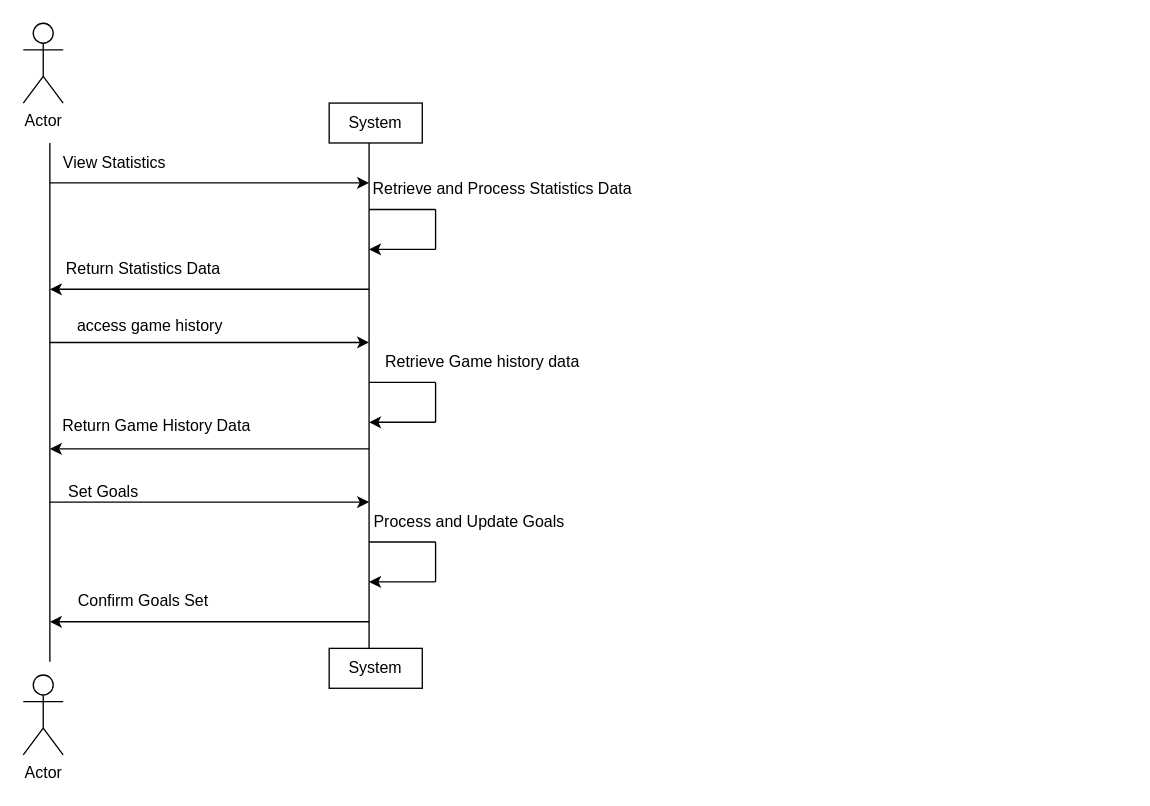
nav3112/SoftwareProject keeps this draw.io diagram as Diagrams/Sequence diagram 6.drawio.xml. Above is the earlier version. Source tidied: cells renumbered, new cells numbered last; positions are measured from the earlier drawing's top-left corner, leaving out a move shared by most shapes. Both pictures are drawn from the tidied source at 133%, with x=0, y=0 at pixel (23, 23).
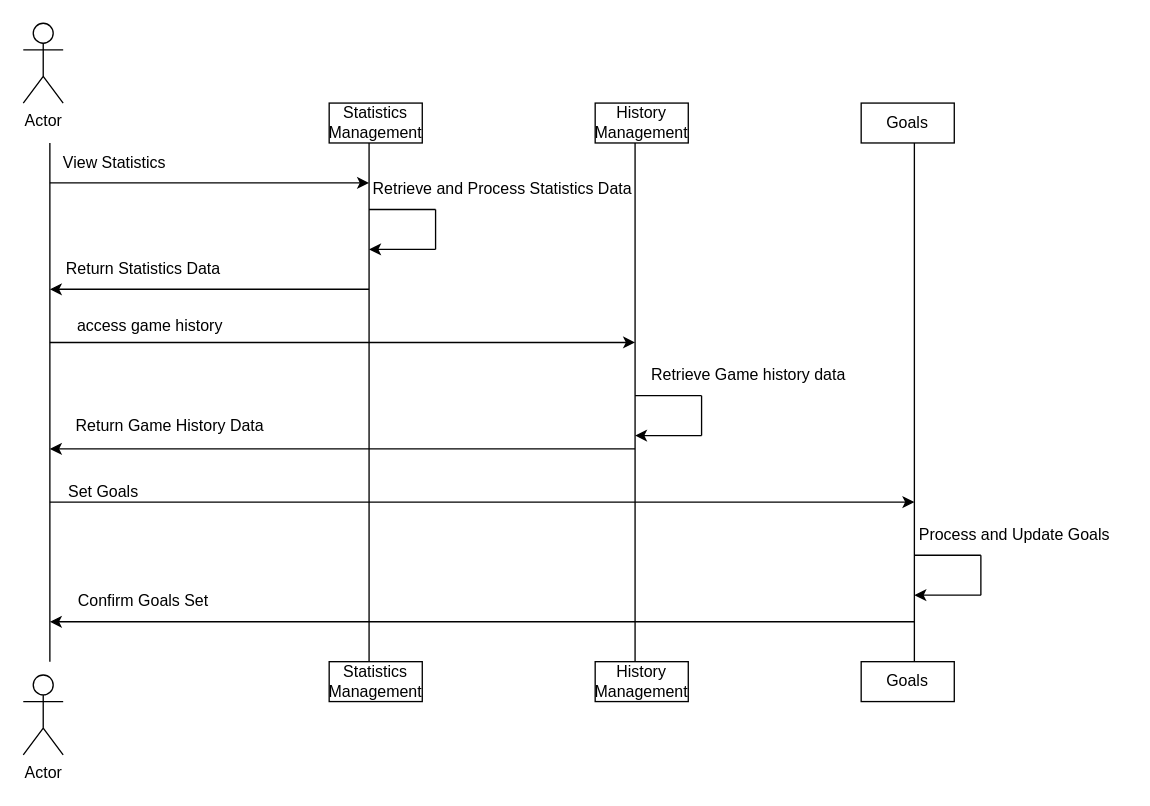
After the change.

Change to the diagram source:
```diff
@@
-    <mxCell id="6" value="System" style="rounded=0;whiteSpace=wrap;html=1;" parent="1" vertex="1">
+    <mxCell id="6" value="Statistics Management" style="rounded=0;whiteSpace=wrap;html=1;" parent="1" vertex="1">
       <mxGeometry x="230" y="60" width="70" height="30" as="geometry" />
     </mxCell>
-    <mxCell id="7" value="System" style="rounded=0;whiteSpace=wrap;html=1;" parent="1" vertex="1">
-      <mxGeometry x="230" y="470" width="70" height="30" as="geometry" />
-    </mxCell>
@@
     <mxCell id="9" style="endArrow=classic;html=1;rounded=0;" parent="1" edge="1">
       <mxGeometry relative="1" as="geometry">
         <mxPoint x="20" y="360" as="sourcePoint" />
-        <mxPoint x="260" y="360" as="targetPoint" />
+        <mxPoint x="670" y="360" as="targetPoint" />
       </mxGeometry>
     </mxCell>
     <mxCell id="10" style="endArrow=classic;html=1;rounded=0;" parent="1" edge="1">
       <mxGeometry relative="1" as="geometry">
         <mxPoint x="20" y="240" as="sourcePoint" />
-        <mxPoint x="260" y="240" as="targetPoint" />
+        <mxPoint x="460" y="240" as="targetPoint" />
       </mxGeometry>
     </mxCell>
@@
     <mxCell id="12" style="endArrow=classic;html=1;rounded=0;" parent="1" edge="1">
       <mxGeometry relative="1" as="geometry">
-        <mxPoint x="260" y="320" as="sourcePoint" />
+        <mxPoint x="460" y="320" as="sourcePoint" />
         <mxPoint x="20" y="320" as="targetPoint" />
       </mxGeometry>
     </mxCell>
     <mxCell id="13" style="endArrow=classic;html=1;rounded=0;" parent="1" edge="1">
       <mxGeometry relative="1" as="geometry">
-        <mxPoint x="260" y="450" as="sourcePoint" />
+        <mxPoint x="670" y="450" as="sourcePoint" />
         <mxPoint x="20" y="450" as="targetPoint" />
       </mxGeometry>
     </mxCell>
@@
     <mxCell id="17" style="endArrow=none;html=1;rounded=0;" parent="1" edge="1">
       <mxGeometry relative="1" as="geometry">
-        <mxPoint x="260" y="270" as="sourcePoint" />
-        <mxPoint x="310" y="270" as="targetPoint" />
+        <mxPoint x="460" y="280" as="sourcePoint" />
+        <mxPoint x="510" y="280" as="targetPoint" />
       </mxGeometry>
     </mxCell>
     <mxCell id="18" style="endArrow=none;html=1;rounded=0;" parent="1" edge="1">
       <mxGeometry relative="1" as="geometry">
-        <mxPoint x="310" y="270" as="sourcePoint" />
-        <mxPoint x="310" y="300" as="targetPoint" />
+        <mxPoint x="510" y="280" as="sourcePoint" />
+        <mxPoint x="510" y="310" as="targetPoint" />
       </mxGeometry>
     </mxCell>
     <mxCell id="19" style="endArrow=classic;html=1;rounded=0;" parent="1" edge="1">
       <mxGeometry relative="1" as="geometry">
-        <mxPoint x="310" y="300" as="sourcePoint" />
-        <mxPoint x="260" y="300" as="targetPoint" />
+        <mxPoint x="510" y="310" as="sourcePoint" />
+        <mxPoint x="460" y="310" as="targetPoint" />
       </mxGeometry>
     </mxCell>
     <mxCell id="20" style="endArrow=none;html=1;rounded=0;" parent="1" edge="1">
       <mxGeometry relative="1" as="geometry">
-        <mxPoint x="260" y="390" as="sourcePoint" />
-        <mxPoint x="310" y="390" as="targetPoint" />
+        <mxPoint x="670" y="400" as="sourcePoint" />
+        <mxPoint x="720" y="400" as="targetPoint" />
       </mxGeometry>
     </mxCell>
     <mxCell id="21" style="endArrow=none;html=1;rounded=0;" parent="1" edge="1">
       <mxGeometry relative="1" as="geometry">
-        <mxPoint x="310" y="390" as="sourcePoint" />
-        <mxPoint x="310" y="420" as="targetPoint" />
+        <mxPoint x="720" y="400" as="sourcePoint" />
+        <mxPoint x="720" y="430" as="targetPoint" />
       </mxGeometry>
     </mxCell>
     <mxCell id="22" style="endArrow=classic;html=1;rounded=0;" parent="1" edge="1">
       <mxGeometry relative="1" as="geometry">
-        <mxPoint x="310" y="420" as="sourcePoint" />
-        <mxPoint x="260" y="420" as="targetPoint" />
+        <mxPoint x="720" y="430" as="sourcePoint" />
+        <mxPoint x="670" y="430" as="targetPoint" />
       </mxGeometry>
     </mxCell>
@@
     <mxCell id="26" value="Return Game History Data" style="text;html=1;align=center;verticalAlign=middle;strokeColor=none;fillColor=none;" parent="1" vertex="1">
-      <mxGeometry x="20" y="288" width="160" height="30" as="geometry" />
+      <mxGeometry x="30" y="288" width="160" height="30" as="geometry" />
     </mxCell>
@@
     <mxCell id="30" value="Retrieve Game history data" style="text;html=1;align=center;verticalAlign=middle;strokeColor=none;fillColor=none;" parent="1" vertex="1">
-      <mxGeometry x="260" y="240" width="170" height="30" as="geometry" />
+      <mxGeometry x="460" y="250" width="170" height="30" as="geometry" />
     </mxCell>
     <mxCell id="31" value="Process and Update Goals" style="text;html=1;align=center;verticalAlign=middle;strokeColor=none;fillColor=none;" parent="1" vertex="1">
-      <mxGeometry x="250" y="360" width="170" height="30" as="geometry" />
+      <mxGeometry x="660" y="370" width="170" height="30" as="geometry" />
     </mxCell>
+    <mxCell id="32" style="endArrow=none;html=1;rounded=0;" parent="1" edge="1">
+      <mxGeometry relative="1" as="geometry">
+        <mxPoint x="670" y="90" as="sourcePoint" />
+        <mxPoint x="670" y="480" as="targetPoint" />
+      </mxGeometry>
+    </mxCell>
+    <mxCell id="33" style="endArrow=none;html=1;rounded=0;" parent="1" edge="1">
+      <mxGeometry relative="1" as="geometry">
+        <mxPoint x="460" y="90" as="sourcePoint" />
+        <mxPoint x="460" y="480" as="targetPoint" />
+      </mxGeometry>
+    </mxCell>
+    <mxCell id="34" value="Goals" style="rounded=0;whiteSpace=wrap;html=1;" parent="1" vertex="1">
+      <mxGeometry x="630" y="60" width="70" height="30" as="geometry" />
+    </mxCell>
+    <mxCell id="35" value="History Management" style="rounded=0;whiteSpace=wrap;html=1;" parent="1" vertex="1">
+      <mxGeometry x="430" y="60" width="70" height="30" as="geometry" />
+    </mxCell>
+    <mxCell id="36" value="Statistics Management" style="rounded=0;whiteSpace=wrap;html=1;" parent="1" vertex="1">
+      <mxGeometry x="230" y="480" width="70" height="30" as="geometry" />
+    </mxCell>
+    <mxCell id="37" value="Goals" style="rounded=0;whiteSpace=wrap;html=1;" parent="1" vertex="1">
+      <mxGeometry x="630" y="480" width="70" height="30" as="geometry" />
+    </mxCell>
+    <mxCell id="38" value="History Management" style="rounded=0;whiteSpace=wrap;html=1;" parent="1" vertex="1">
+      <mxGeometry x="430" y="480" width="70" height="30" as="geometry" />
+    </mxCell>
```
